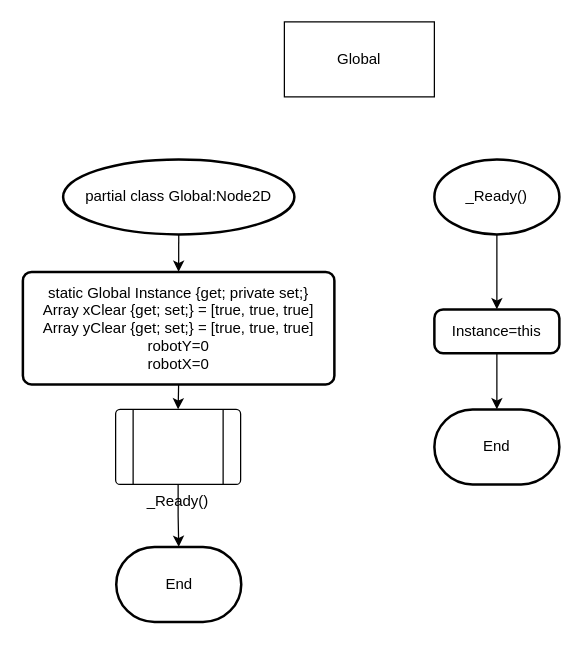
BHASVIC-Kasper25/Whack-a-Robot keeps this draw.io diagram as whack-a-robot/Global/global flowchart.drawio. Above is the earlier version. Source tidied: cells renumbered, new cells numbered last; positions are measured from the earlier drawing's top-left corner, leaving out a move shared by most shapes. Both pictures are drawn from the tidied source at 125%, with x=0, y=0 at pixel (22, 21).
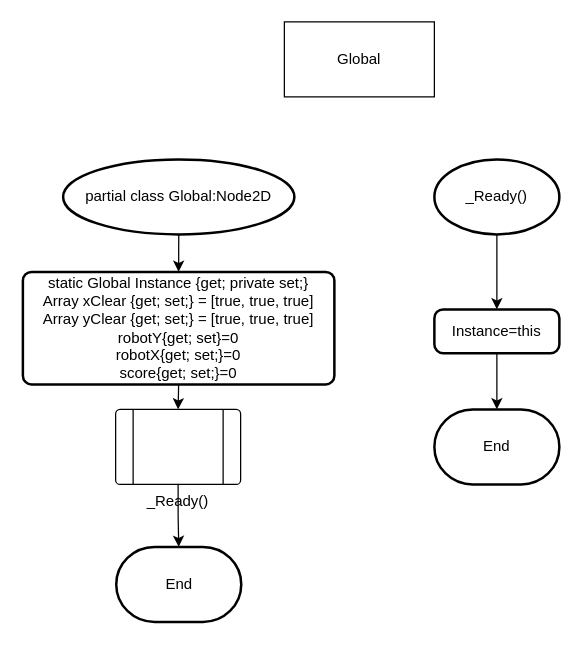
The same diagram, later.

Diff of the diagram source:
```diff
@@
 <mxGraphModel>
   <root>
     <mxCell id="0" />
     <mxCell id="1" parent="0" />
     <mxCell id="2" value="Global" style="rounded=0;whiteSpace=wrap;html=1;" parent="1" vertex="1">
       <mxGeometry x="209" width="120" height="60" as="geometry" />
     </mxCell>
     <mxCell id="3" style="edgeStyle=orthogonalEdgeStyle;rounded=0;jettySize=auto;html=1;exitX=0.5;exitY=1;exitDx=0;exitDy=0;exitPerimeter=0;entryX=0.5;entryY=0;entryDx=0;entryDy=0;" parent="1" edge="1" source="4" target="6">
       <mxGeometry relative="1" as="geometry" />
     </mxCell>
     <mxCell id="4" value="partial class Global:Node2D" style="strokeWidth=2;html=1;shape=mxgraph.flowchart.start_1;whiteSpace=wrap;" parent="1" vertex="1">
       <mxGeometry x="32" y="110" width="185" height="60" as="geometry" />
     </mxCell>
     <mxCell id="5" style="edgeStyle=orthogonalEdgeStyle;rounded=0;jettySize=auto;html=1;exitX=0.5;exitY=1;exitDx=0;exitDy=0;entryX=0.5;entryY=0;entryDx=0;entryDy=0;" parent="1" edge="1" source="6" target="8">
       <mxGeometry relative="1" as="geometry" />
     </mxCell>
-    <mxCell id="6" value="static Global Instance {get; private set;}&lt;div&gt;&lt;div&gt;Array xClear {get; set;} = [true, true, true]&lt;/div&gt;&lt;div&gt;Array yClear&amp;nbsp;&lt;span style=&quot;background-color: transparent; color: light-dark(rgb(0, 0, 0), rgb(255, 255, 255));&quot;&gt;{get; set;}&lt;/span&gt;&lt;span style=&quot;background-color: transparent; color: light-dark(rgb(0, 0, 0), rgb(255, 255, 255));&quot;&gt;&amp;nbsp;= [true, true, true]&lt;/span&gt;&lt;/div&gt;&lt;div&gt;robotY=0&lt;/div&gt;&lt;/div&gt;&lt;div&gt;robotX=0&lt;/div&gt;" style="rounded=1;whiteSpace=wrap;html=1;absoluteArcSize=1;arcSize=14;strokeWidth=2;" parent="1" vertex="1">
+    <mxCell id="6" value="static Global Instance {get; private set;}&lt;div&gt;&lt;div&gt;Array xClear {get; set;} = [true, true, true]&lt;/div&gt;&lt;div&gt;Array yClear&amp;nbsp;&lt;span style=&quot;background-color: transparent; color: light-dark(rgb(0, 0, 0), rgb(255, 255, 255));&quot;&gt;{get; set;}&lt;/span&gt;&lt;span style=&quot;background-color: transparent; color: light-dark(rgb(0, 0, 0), rgb(255, 255, 255));&quot;&gt;&amp;nbsp;= [true, true, true]&lt;/span&gt;&lt;/div&gt;&lt;div&gt;robotY{get; set}=0&lt;/div&gt;&lt;/div&gt;&lt;div&gt;robotX{get; set;}=0&lt;/div&gt;&lt;div&gt;score{get; set;}=0&lt;/div&gt;" style="rounded=1;whiteSpace=wrap;html=1;absoluteArcSize=1;arcSize=14;strokeWidth=2;" parent="1" vertex="1">
       <mxGeometry x="-0.2" y="200" width="249.2" height="90" as="geometry" />
     </mxCell>
     <mxCell id="7" style="edgeStyle=orthogonalEdgeStyle;rounded=0;jettySize=auto;html=1;exitX=0.5;exitY=1;exitDx=0;exitDy=0;" parent="1" edge="1" source="8" target="12">
       <mxGeometry relative="1" as="geometry" />
     </mxCell>
     <mxCell id="8" value="_Ready()" style="verticalLabelPosition=bottom;verticalAlign=top;html=1;shape=process;whiteSpace=wrap;rounded=1;size=0.14;arcSize=6;" parent="1" vertex="1">
       <mxGeometry x="74" y="310" width="100" height="60" as="geometry" />
     </mxCell>
     <mxCell id="9" style="edgeStyle=orthogonalEdgeStyle;rounded=0;jettySize=auto;html=1;exitX=0.5;exitY=1;exitDx=0;exitDy=0;exitPerimeter=0;entryX=0.5;entryY=0;entryDx=0;entryDy=0;" parent="1" edge="1" source="10" target="11">
       <mxGeometry relative="1" as="geometry" />
     </mxCell>
     <mxCell id="10" value="_Ready()" style="strokeWidth=2;html=1;shape=mxgraph.flowchart.start_1;whiteSpace=wrap;" parent="1" vertex="1">
       <mxGeometry x="329" y="110" width="100" height="60" as="geometry" />
     </mxCell>
     <mxCell id="11" value="Instance=this" style="rounded=1;whiteSpace=wrap;html=1;absoluteArcSize=1;arcSize=14;strokeWidth=2;" parent="1" vertex="1">
       <mxGeometry x="329" y="230" width="100" height="35" as="geometry" />
     </mxCell>
     <mxCell id="12" value="End" style="strokeWidth=2;html=1;shape=mxgraph.flowchart.terminator;whiteSpace=wrap;" parent="1" vertex="1">
       <mxGeometry x="74.5" y="420" width="100" height="60" as="geometry" />
     </mxCell>
     <mxCell id="13" value="End" style="strokeWidth=2;html=1;shape=mxgraph.flowchart.terminator;whiteSpace=wrap;" parent="1" vertex="1">
       <mxGeometry x="329" y="310" width="100" height="60" as="geometry" />
     </mxCell>
     <mxCell id="14" style="edgeStyle=orthogonalEdgeStyle;rounded=0;jettySize=auto;html=1;exitX=0.5;exitY=1;exitDx=0;exitDy=0;entryX=0.5;entryY=0;entryDx=0;entryDy=0;entryPerimeter=0;" parent="1" edge="1" source="11" target="13">
       <mxGeometry relative="1" as="geometry" />
     </mxCell>
   </root>
 </mxGraphModel>
```
